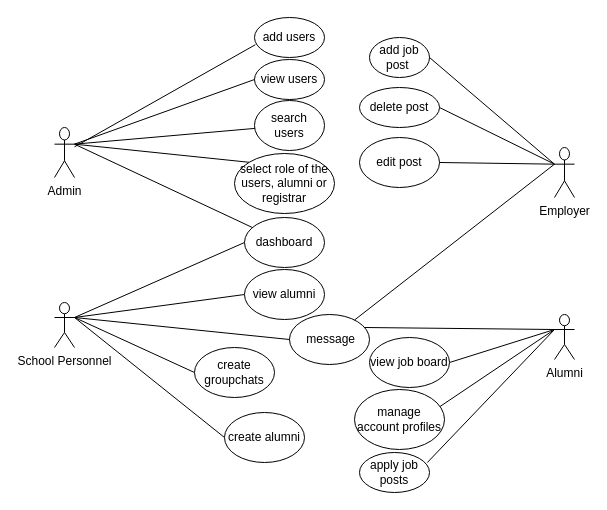
Earlier version of the draw.io diagram page "usecase diagram" (6 of 10) of docs/FLOWCHART.drawio (5kydriven/alumni-tracker-system-nuxt). Source tidied: cells renumbered, new cells numbered last; positions are measured from the earlier drawing's top-left corner, leaving out a move shared by most shapes. Both pictures are drawn from the tidied source at 100%, with x=0, y=0 at pixel (54, 17).
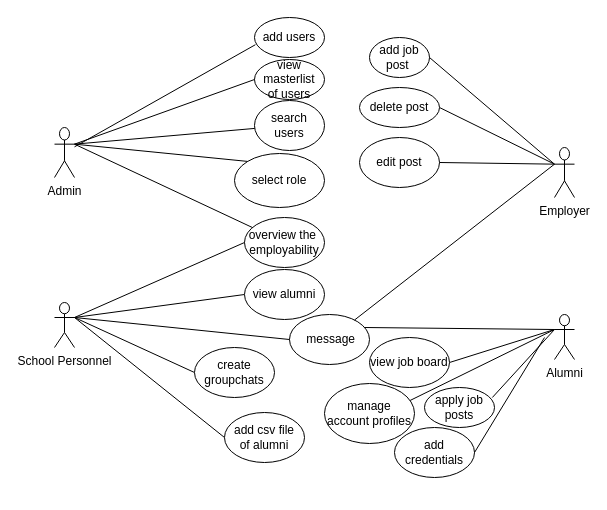
Above is the later version.

The edit, as a diff of the source:
```diff
@@
-    <mxCell id="2" value="view users" style="ellipse;whiteSpace=wrap;html=1;" parent="1" vertex="1">
+    <mxCell id="2" value="view masterlist&lt;div&gt;of users&lt;/div&gt;" style="ellipse;whiteSpace=wrap;html=1;" parent="1" vertex="1">
       <mxGeometry x="200" y="42" width="70" height="40" as="geometry" />
     </mxCell>
@@
-    <mxCell id="4" value="select role of the users, alumni or registrar" style="ellipse;whiteSpace=wrap;html=1;" parent="1" vertex="1">
-      <mxGeometry x="180" y="136" width="100" height="60" as="geometry" />
+    <mxCell id="4" value="select role" style="ellipse;whiteSpace=wrap;html=1;" parent="1" vertex="1">
+      <mxGeometry x="180" y="136" width="90" height="54" as="geometry" />
     </mxCell>
@@
     <mxCell id="8" value="manage account profiles" style="ellipse;whiteSpace=wrap;html=1;" parent="1" vertex="1">
-      <mxGeometry x="300" y="372" width="90" height="60" as="geometry" />
+      <mxGeometry x="270" y="366" width="90" height="60" as="geometry" />
     </mxCell>
@@
-    <mxCell id="17" value="create alumni" style="ellipse;whiteSpace=wrap;html=1;" parent="1" vertex="1">
+    <mxCell id="17" value="add csv file&lt;div&gt;of alumni&lt;/div&gt;" style="ellipse;whiteSpace=wrap;html=1;" parent="1" vertex="1">
       <mxGeometry x="170" y="395" width="80" height="50" as="geometry" />
     </mxCell>
@@
     <mxCell id="21" value="apply job posts" style="ellipse;whiteSpace=wrap;html=1;" parent="1" vertex="1">
-      <mxGeometry x="305" y="435" width="70" height="40" as="geometry" />
+      <mxGeometry x="370" y="370" width="70" height="40" as="geometry" />
     </mxCell>
@@
-    <mxCell id="32" value="dashboard" style="ellipse;whiteSpace=wrap;html=1;" parent="1" vertex="1">
+    <mxCell id="32" value="overview the&amp;nbsp;&lt;div&gt;employability&lt;/div&gt;" style="ellipse;whiteSpace=wrap;html=1;" parent="1" vertex="1">
       <mxGeometry x="190" y="200" width="80" height="50" as="geometry" />
     </mxCell>
@@
+    <mxCell id="39" value="add credentials" style="ellipse;whiteSpace=wrap;html=1;" parent="1" vertex="1">
+      <mxGeometry x="340" y="410" width="80" height="50" as="geometry" />
+    </mxCell>
+    <mxCell id="40" style="endArrow=none;html=1;rounded=0;exitX=1;exitY=0.5;exitDx=0;exitDy=0;" parent="1" edge="1" source="39">
+      <mxGeometry relative="1" as="geometry">
+        <mxPoint x="490" y="320" as="targetPoint" />
+      </mxGeometry>
+    </mxCell>
```
